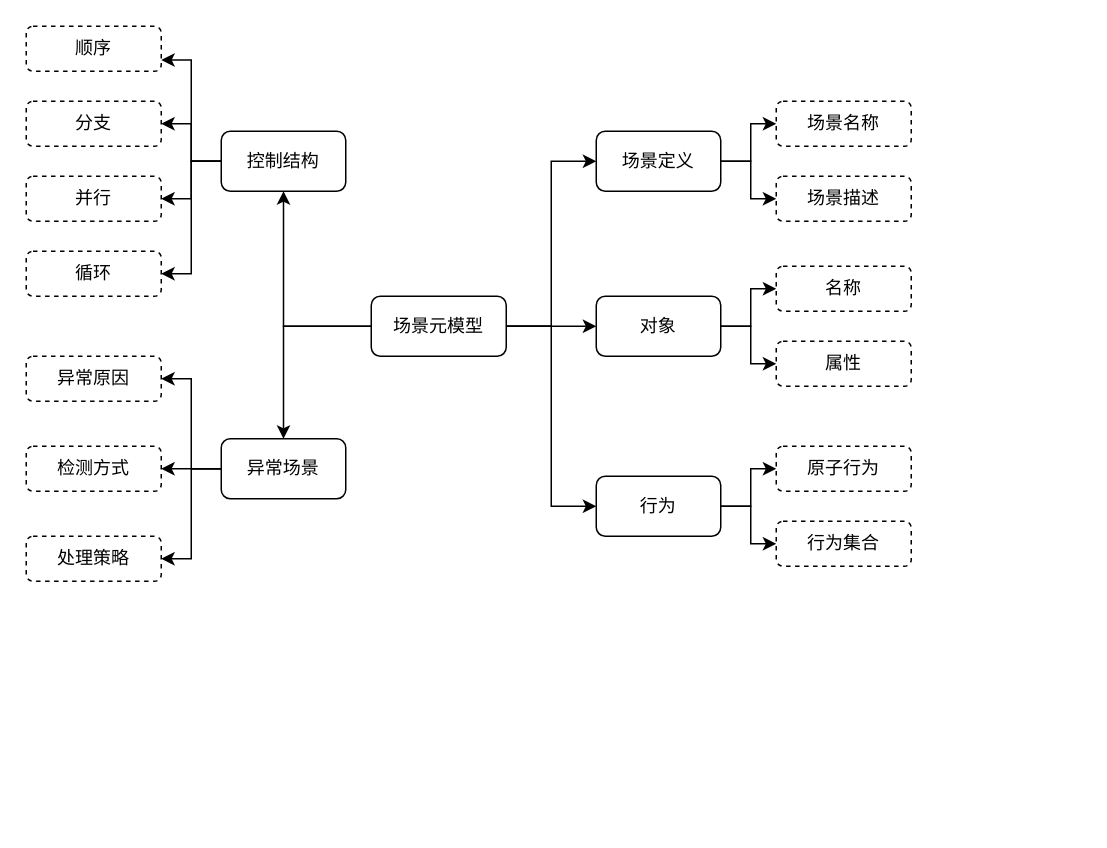
Before: 未命名绘图.drawio in muli-bit/Test, a draw.io diagram. Source tidied: cells renumbered, new cells numbered last; positions are measured from the earlier drawing's top-left corner, leaving out a move shared by most shapes. Both pictures are drawn from the tidied source at 150%, with x=0, y=0 at pixel (26, 26).
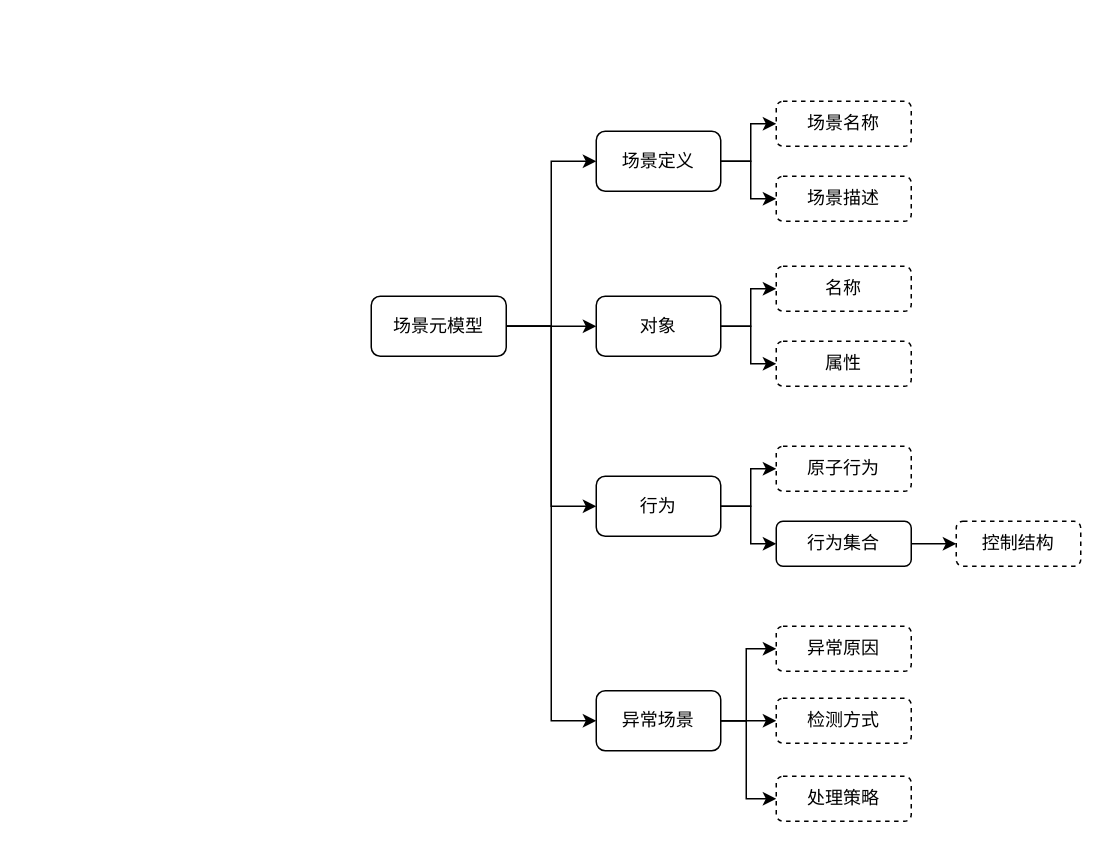
Above is the later version.

Commit message:
更新未命名绘图.drawio

The change refers to these unchanged cells:
```xml
<mxCell id="7" value="场景元模型" style="rounded=1;whiteSpace=wrap;html=1;fontSize=12;glass=0;strokeWidth=1;shadow=0;" parent="1" vertex="1">
  <mxGeometry x="230" y="180" width="90" height="40" as="geometry" />
</mxCell>
```

What changed in the source:
```diff
@@
-    <mxCell id="5" style="edgeStyle=orthogonalEdgeStyle;rounded=0;jettySize=auto;html=1;exitX=0;exitY=0.5;exitDx=0;exitDy=0;entryX=0.5;entryY=1;entryDx=0;entryDy=0;" parent="1" edge="1" source="7" target="27">
-      <mxGeometry relative="1" as="geometry" />
-    </mxCell>
-    <mxCell id="6" style="edgeStyle=orthogonalEdgeStyle;rounded=0;jettySize=auto;html=1;exitX=0;exitY=0.5;exitDx=0;exitDy=0;entryX=0.5;entryY=0;entryDx=0;entryDy=0;" parent="1" edge="1" source="7" target="31">
+    <mxCell id="6" style="edgeStyle=orthogonalEdgeStyle;rounded=0;jettySize=auto;html=1;exitX=1;exitY=0.5;exitDx=0;exitDy=0;entryX=0;entryY=0.5;entryDx=0;entryDy=0;" parent="1" edge="1" source="7" target="31">
       <mxGeometry relative="1" as="geometry" />
     </mxCell>
@@
+    <mxCell id="39" style="edgeStyle=orthogonalEdgeStyle;rounded=0;jettySize=auto;html=1;exitX=1;exitY=0.5;exitDx=0;exitDy=0;entryX=0;entryY=0.5;entryDx=0;entryDy=0;" parent="1" edge="1" source="22" target="27">
+      <mxGeometry relative="1" as="geometry" />
+    </mxCell>
-    <mxCell id="22" value="行为集合" style="rounded=1;whiteSpace=wrap;html=1;fontSize=12;glass=0;strokeWidth=1;shadow=0;dashed=1;" parent="1" vertex="1">
+    <mxCell id="22" value="行为集合" style="rounded=1;whiteSpace=wrap;html=1;fontSize=12;glass=0;strokeWidth=1;shadow=0;" parent="1" vertex="1">
       <mxGeometry x="500" y="330" width="90" height="30" as="geometry" />
     </mxCell>
-    <mxCell id="23" style="edgeStyle=orthogonalEdgeStyle;rounded=0;jettySize=auto;html=1;exitX=0;exitY=0.5;exitDx=0;exitDy=0;entryX=1;entryY=0.75;entryDx=0;entryDy=0;" parent="1" edge="1" source="27" target="32">
-      <mxGeometry relative="1" as="geometry" />
-    </mxCell>
-    <mxCell id="24" style="edgeStyle=orthogonalEdgeStyle;rounded=0;jettySize=auto;html=1;exitX=0;exitY=0.5;exitDx=0;exitDy=0;entryX=1;entryY=0.5;entryDx=0;entryDy=0;" parent="1" edge="1" source="27" target="33">
-      <mxGeometry relative="1" as="geometry" />
-    </mxCell>
-    <mxCell id="25" style="edgeStyle=orthogonalEdgeStyle;rounded=0;jettySize=auto;html=1;exitX=0;exitY=0.5;exitDx=0;exitDy=0;entryX=1;entryY=0.5;entryDx=0;entryDy=0;" parent="1" edge="1" source="27" target="34">
-      <mxGeometry relative="1" as="geometry" />
-    </mxCell>
-    <mxCell id="26" style="edgeStyle=orthogonalEdgeStyle;rounded=0;jettySize=auto;html=1;exitX=0;exitY=0.5;exitDx=0;exitDy=0;entryX=1;entryY=0.5;entryDx=0;entryDy=0;" parent="1" edge="1" source="27" target="35">
-      <mxGeometry relative="1" as="geometry" />
-    </mxCell>
-    <mxCell id="27" value="控制结构" style="rounded=1;whiteSpace=wrap;html=1;fontSize=12;glass=0;strokeWidth=1;shadow=0;" parent="1" vertex="1">
-      <mxGeometry x="130" y="70" width="83" height="40" as="geometry" />
+    <mxCell id="27" value="控制结构" style="rounded=1;whiteSpace=wrap;html=1;fontSize=12;glass=0;strokeWidth=1;shadow=0;dashed=1;" parent="1" vertex="1">
+      <mxGeometry x="620" y="330" width="83" height="30" as="geometry" />
     </mxCell>
-    <mxCell id="28" style="edgeStyle=orthogonalEdgeStyle;rounded=0;jettySize=auto;html=1;exitX=0;exitY=0.5;exitDx=0;exitDy=0;entryX=1;entryY=0.5;entryDx=0;entryDy=0;" parent="1" edge="1" source="31" target="36">
-      <mxGeometry relative="1" as="geometry" />
+    <mxCell id="28" style="edgeStyle=orthogonalEdgeStyle;rounded=0;jettySize=auto;html=1;exitX=1;exitY=0.5;exitDx=0;exitDy=0;entryX=0;entryY=0.5;entryDx=0;entryDy=0;" parent="1" edge="1" source="31" target="36">
+      <mxGeometry relative="1" as="geometry">
+        <Array as="points">
+          <mxPoint x="480" y="463" />
+          <mxPoint x="480" y="415" />
+        </Array>
+      </mxGeometry>
     </mxCell>
-    <mxCell id="29" style="edgeStyle=orthogonalEdgeStyle;rounded=0;jettySize=auto;html=1;exitX=0;exitY=0.5;exitDx=0;exitDy=0;entryX=1;entryY=0.5;entryDx=0;entryDy=0;" parent="1" edge="1" source="31" target="37">
+    <mxCell id="29" style="edgeStyle=orthogonalEdgeStyle;rounded=0;jettySize=auto;html=1;exitX=1;exitY=0.5;exitDx=0;exitDy=0;entryX=0;entryY=0.5;entryDx=0;entryDy=0;" parent="1" edge="1" source="31" target="37">
       <mxGeometry relative="1" as="geometry" />
     </mxCell>
-    <mxCell id="30" style="edgeStyle=orthogonalEdgeStyle;rounded=0;jettySize=auto;html=1;exitX=0;exitY=0.5;exitDx=0;exitDy=0;entryX=1;entryY=0.5;entryDx=0;entryDy=0;" parent="1" edge="1" source="31" target="38">
-      <mxGeometry relative="1" as="geometry" />
+    <mxCell id="30" style="edgeStyle=orthogonalEdgeStyle;rounded=0;jettySize=auto;html=1;exitX=1;exitY=0.5;exitDx=0;exitDy=0;entryX=0;entryY=0.5;entryDx=0;entryDy=0;" parent="1" edge="1" source="31" target="38">
+      <mxGeometry relative="1" as="geometry">
+        <Array as="points">
+          <mxPoint x="480" y="463" />
+          <mxPoint x="480" y="515" />
+        </Array>
+      </mxGeometry>
     </mxCell>
     <mxCell id="31" value="异常场景" style="rounded=1;whiteSpace=wrap;html=1;fontSize=12;glass=0;strokeWidth=1;shadow=0;" parent="1" vertex="1">
-      <mxGeometry x="130" y="275" width="83" height="40" as="geometry" />
+      <mxGeometry x="380" y="443" width="83" height="40" as="geometry" />
     </mxCell>
-    <mxCell id="32" value="顺序" style="rounded=1;whiteSpace=wrap;html=1;fontSize=12;glass=0;strokeWidth=1;shadow=0;gradientColor=none;fillColor=default;dashed=1;" parent="1" vertex="1">
-      <mxGeometry width="90" height="30" as="geometry" />
-    </mxCell>
-    <mxCell id="33" value="分支" style="rounded=1;whiteSpace=wrap;html=1;fontSize=12;glass=0;strokeWidth=1;shadow=0;dashed=1;" parent="1" vertex="1">
-      <mxGeometry y="50" width="90" height="30" as="geometry" />
-    </mxCell>
-    <mxCell id="34" value="并行" style="rounded=1;whiteSpace=wrap;html=1;fontSize=12;glass=0;strokeWidth=1;shadow=0;dashed=1;" parent="1" vertex="1">
-      <mxGeometry y="100" width="90" height="30" as="geometry" />
-    </mxCell>
-    <mxCell id="35" value="循环" style="rounded=1;whiteSpace=wrap;html=1;fontSize=12;glass=0;strokeWidth=1;shadow=0;dashed=1;" parent="1" vertex="1">
-      <mxGeometry y="150" width="90" height="30" as="geometry" />
-    </mxCell>
     <mxCell id="36" value="异常原因" style="rounded=1;whiteSpace=wrap;html=1;fontSize=12;glass=0;strokeWidth=1;shadow=0;dashed=1;" parent="1" vertex="1">
-      <mxGeometry y="220" width="90" height="30" as="geometry" />
+      <mxGeometry x="500" y="400" width="90" height="30" as="geometry" />
     </mxCell>
     <mxCell id="37" value="检测方式" style="rounded=1;whiteSpace=wrap;html=1;fontSize=12;glass=0;strokeWidth=1;shadow=0;dashed=1;" parent="1" vertex="1">
-      <mxGeometry y="280" width="90" height="30" as="geometry" />
+      <mxGeometry x="500" y="448" width="90" height="30" as="geometry" />
     </mxCell>
     <mxCell id="38" value="处理策略" style="rounded=1;whiteSpace=wrap;html=1;fontSize=12;glass=0;strokeWidth=1;shadow=0;dashed=1;" parent="1" vertex="1">
-      <mxGeometry y="340" width="90" height="30" as="geometry" />
+      <mxGeometry x="500" y="500" width="90" height="30" as="geometry" />
     </mxCell>
```
